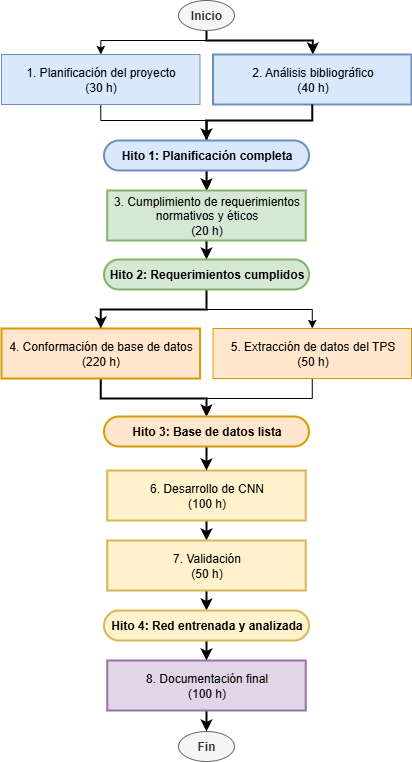
Above: Figuras/ActivityOnNode.png in nataliaespector/CEIA-Plantilla-planificacion (draw.io), before the change. Source tidied: cells renumbered, new cells last; positions are measured from the earlier drawing's top-left corner, leaving out a move shared by most shapes.
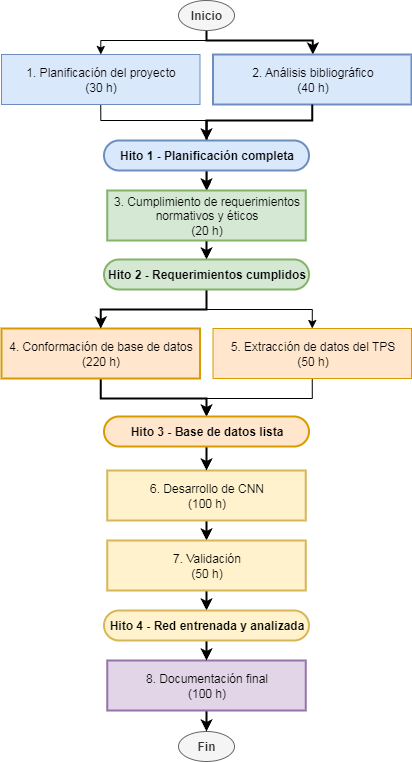
After the change.

The edit, as a diff of the source:
```diff
@@ -88,7 +88,7 @@
         </Array>
       </mxGeometry>
     </mxCell>
-    <mxCell id="23" value="Hito 1: Planificación completa" style="rounded=1;whiteSpace=wrap;html=1;fillColor=#dae8fc;strokeColor=#6c8ebf;fontStyle=1;arcSize=50;strokeWidth=2;" parent="1" vertex="1">
+    <mxCell id="23" value="Hito 1 - Planificación completa" style="rounded=1;whiteSpace=wrap;html=1;fillColor=#dae8fc;strokeColor=#6c8ebf;fontStyle=1;arcSize=50;strokeWidth=2;" parent="1" vertex="1">
       <mxGeometry x="102.5" y="140" width="205" height="30" as="geometry" />
     </mxCell>
     <mxCell id="24" style="edgeStyle=orthogonalEdgeStyle;rounded=0;jettySize=auto;html=1;exitX=0.5;exitY=1;exitDx=0;exitDy=0;entryX=0.5;entryY=0;entryDx=0;entryDy=0;strokeWidth=2;" parent="1" edge="1" source="26" target="13">
@@ -97,19 +97,19 @@
     <mxCell id="25" style="edgeStyle=orthogonalEdgeStyle;rounded=0;jettySize=auto;html=1;exitX=0.5;exitY=1;exitDx=0;exitDy=0;entryX=0.5;entryY=0;entryDx=0;entryDy=0;" parent="1" edge="1" source="26" target="15">
       <mxGeometry relative="1" as="geometry" />
     </mxCell>
-    <mxCell id="26" value="Hito 2: Requerimientos cumplidos" style="rounded=1;whiteSpace=wrap;html=1;fillColor=#d5e8d4;strokeColor=#82b366;fontStyle=1;align=center;verticalAlign=middle;arcSize=50;fontFamily=Helvetica;fontSize=12;strokeWidth=2;" parent="1" vertex="1">
+    <mxCell id="26" value="Hito 2 - Requerimientos cumplidos" style="rounded=1;whiteSpace=wrap;html=1;fillColor=#d5e8d4;strokeColor=#82b366;fontStyle=1;align=center;verticalAlign=middle;arcSize=50;fontFamily=Helvetica;fontSize=12;strokeWidth=2;" parent="1" vertex="1">
       <mxGeometry x="102.5" y="259" width="205" height="30" as="geometry" />
     </mxCell>
     <mxCell id="27" style="edgeStyle=orthogonalEdgeStyle;rounded=0;jettySize=auto;html=1;exitX=0.5;exitY=1;exitDx=0;exitDy=0;entryX=0.5;entryY=0;entryDx=0;entryDy=0;strokeWidth=2;" parent="1" edge="1" source="28" target="17">
       <mxGeometry relative="1" as="geometry" />
     </mxCell>
-    <mxCell id="28" value="Hito 3: Base de datos lista" style="rounded=1;whiteSpace=wrap;html=1;fillColor=#ffe6cc;strokeColor=#d79b00;fontStyle=1;align=center;verticalAlign=middle;arcSize=50;fontFamily=Helvetica;fontSize=12;strokeWidth=2;" parent="1" vertex="1">
+    <mxCell id="28" value="Hito 3 - Base de datos lista" style="rounded=1;whiteSpace=wrap;html=1;fillColor=#ffe6cc;strokeColor=#d79b00;fontStyle=1;align=center;verticalAlign=middle;arcSize=50;fontFamily=Helvetica;fontSize=12;strokeWidth=2;" parent="1" vertex="1">
       <mxGeometry x="102.5" y="416" width="205" height="30" as="geometry" />
     </mxCell>
     <mxCell id="29" style="edgeStyle=orthogonalEdgeStyle;rounded=0;jettySize=auto;html=1;exitX=0.5;exitY=1;exitDx=0;exitDy=0;entryX=0.5;entryY=0;entryDx=0;entryDy=0;strokeWidth=2;" parent="1" edge="1" source="30" target="21">
       <mxGeometry relative="1" as="geometry" />
     </mxCell>
-    <mxCell id="30" value="Hito 4: Red entrenada y analizada" style="rounded=1;whiteSpace=wrap;html=1;fillColor=#fff2cc;strokeColor=#d6b656;fontStyle=1;align=center;verticalAlign=middle;arcSize=50;fontFamily=Helvetica;fontSize=12;strokeWidth=2;" parent="1" vertex="1">
+    <mxCell id="30" value="Hito 4 - Red entrenada y analizada" style="rounded=1;whiteSpace=wrap;html=1;fillColor=#fff2cc;strokeColor=#d6b656;fontStyle=1;align=center;verticalAlign=middle;arcSize=50;fontFamily=Helvetica;fontSize=12;strokeWidth=2;" parent="1" vertex="1">
       <mxGeometry x="102.5" y="610" width="205" height="30" as="geometry" />
     </mxCell>
   </root>
```
